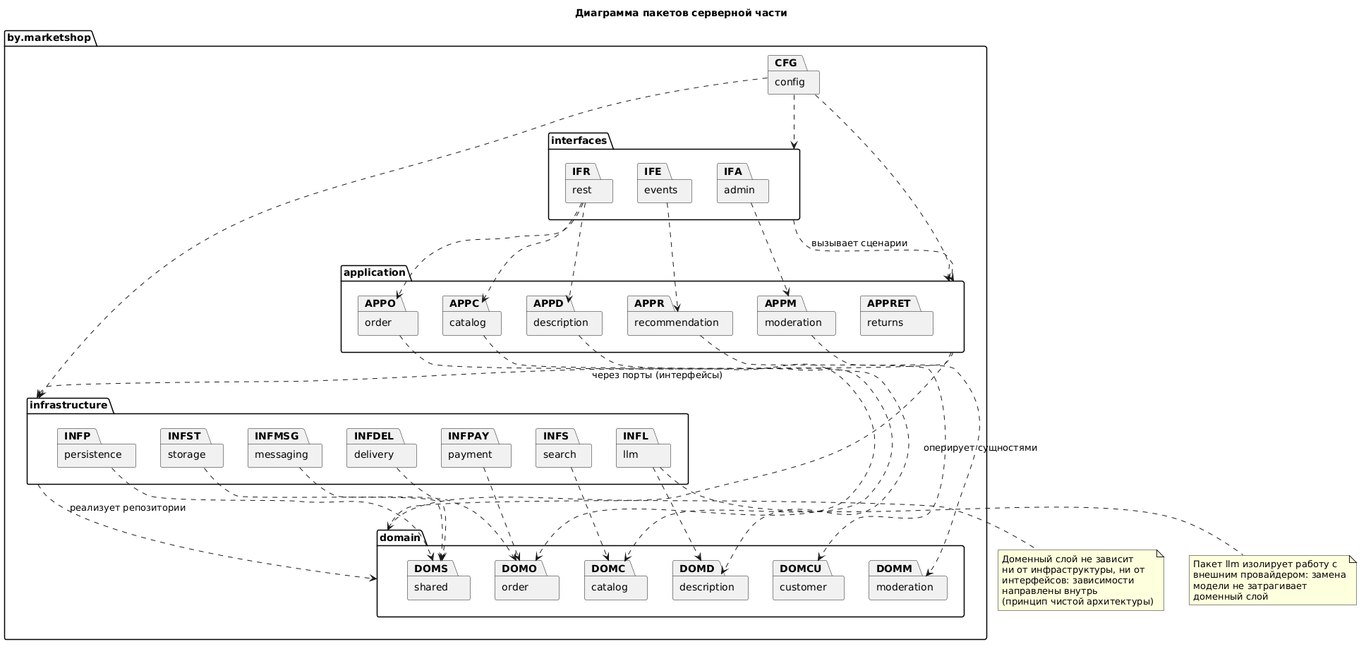
Earlier version of the PlantUML export docs/lab3/diagrams/img/04-package.png (fpmi-hci-2026/hci-10-project-group-1). Its diagram source:
```plantuml
@startuml
title Диаграмма пакетов серверной части
skinparam backgroundColor #FFFFFF
skinparam shadowing false
skinparam packageStyle folder

package "by.marketshop" {

  package "interfaces" as IF {
    package "rest" as IFR
    package "events" as IFE
    package "admin" as IFA
  }

  package "application" as APP {
    package "catalog" as APPC
    package "description" as APPD
    package "recommendation" as APPR
    package "order" as APPO
    package "moderation" as APPM
    package "returns" as APPRET
  }

  package "domain" as DOM {
    package "catalog" as DOMC
    package "description" as DOMD
    package "customer" as DOMCU
    package "order" as DOMO
    package "moderation" as DOMM
    package "shared" as DOMS
  }

  package "infrastructure" as INF {
    package "persistence" as INFP
    package "llm" as INFL
    package "payment" as INFPAY
    package "delivery" as INFDEL
    package "search" as INFS
    package "messaging" as INFMSG
    package "storage" as INFST
  }

  package "config" as CFG
}

IF ..> APP : вызывает сценарии
APP ..> DOM : оперирует сущностями
APP ..> INF : через порты (интерфейсы)
INF ..> DOM : реализует репозитории
CFG ..> IF
CFG ..> APP
CFG ..> INF

IFR ..> APPC
IFR ..> APPD
IFR ..> APPO
IFA ..> APPM
IFE ..> APPR

APPD ..> DOMD
APPC ..> DOMC
APPO ..> DOMO
APPM ..> DOMM
APPR ..> DOMCU

INFP ..> DOMS
INFL ..> DOMD
INFPAY ..> DOMO
INFDEL ..> DOMO
INFS ..> DOMC
INFMSG ..> DOMS
INFST ..> DOMS

note right of DOM
  Доменный слой не зависит
  ни от инфраструктуры, ни от
  интерфейсов: зависимости
  направлены внутрь
  (принцип чистой архитектуры)
end note

note bottom of INFL
  Пакет llm изолирует работу с
  внешним провайдером: замена
  модели не затрагивает
  доменный слой
end note
@enduml
```
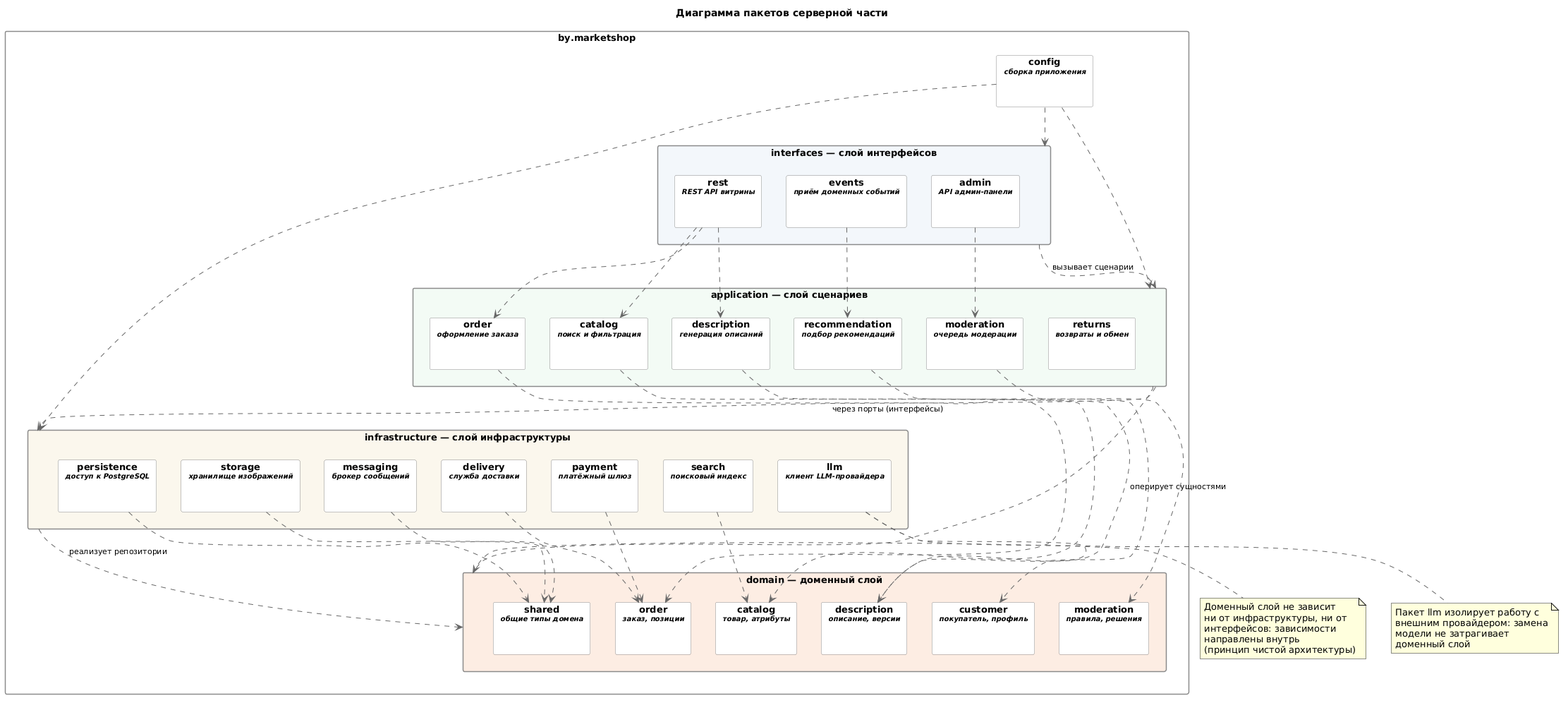
After the commit.

What changed in the source:
```diff
@@ -1,49 +1,58 @@
 @startuml
 title Диаграмма пакетов серверной части
+
 skinparam backgroundColor #FFFFFF
 skinparam shadowing false
-skinparam packageStyle folder
+skinparam packageStyle rectangle
+skinparam defaultFontName "PT Sans"
+skinparam package {
+  BackgroundColor #FFFFFF
+  BorderColor #8A8A8A
+  FontSize 13
+}
+skinparam ArrowColor #666666
+skinparam ArrowFontSize 11
 
-package "by.marketshop" {
+package "by.marketshop" as ROOT {
 
-  package "interfaces" as IF {
-    package "rest" as IFR
-    package "events" as IFE
-    package "admin" as IFA
+  package "interfaces — слой интерфейсов" as IF #F2F6FA {
+    package "rest\n<size:10><i>REST API витрины</i></size>" as IFR { }
+    package "events\n<size:10><i>приём доменных событий</i></size>" as IFE { }
+    package "admin\n<size:10><i>API админ-панели</i></size>" as IFA { }
   }
 
-  package "application" as APP {
-    package "catalog" as APPC
-    package "description" as APPD
-    package "recommendation" as APPR
-    package "order" as APPO
-    package "moderation" as APPM
-    package "returns" as APPRET
+  package "application — слой сценариев" as APP #F2FAF4 {
+    package "catalog\n<size:10><i>поиск и фильтрация</i></size>" as APPC { }
+    package "description\n<size:10><i>генерация описаний</i></size>" as APPD { }
+    package "recommendation\n<size:10><i>подбор рекомендаций</i></size>" as APPR { }
+    package "order\n<size:10><i>оформление заказа</i></size>" as APPO { }
+    package "moderation\n<size:10><i>очередь модерации</i></size>" as APPM { }
+    package "returns\n<size:10><i>возвраты и обмен</i></size>" as APPRET { }
   }
 
-  package "domain" as DOM {
-    package "catalog" as DOMC
-    package "description" as DOMD
-    package "customer" as DOMCU
-    package "order" as DOMO
-    package "moderation" as DOMM
-    package "shared" as DOMS
+  package "domain — доменный слой" as DOM #FDECE3 {
+    package "catalog\n<size:10><i>товар, атрибуты</i></size>" as DOMC { }
+    package "description\n<size:10><i>описание, версии</i></size>" as DOMD { }
+    package "customer\n<size:10><i>покупатель, профиль</i></size>" as DOMCU { }
+    package "order\n<size:10><i>заказ, позиции</i></size>" as DOMO { }
+    package "moderation\n<size:10><i>правила, решения</i></size>" as DOMM { }
+    package "shared\n<size:10><i>общие типы домена</i></size>" as DOMS { }
   }
 
-  package "infrastructure" as INF {
-    package "persistence" as INFP
-    package "llm" as INFL
-    package "payment" as INFPAY
-    package "delivery" as INFDEL
-    package "search" as INFS
-    package "messaging" as INFMSG
-    package "storage" as INFST
+  package "infrastructure — слой инфраструктуры" as INF #FAF6EC {
+    package "persistence\n<size:10><i>доступ к PostgreSQL</i></size>" as INFP { }
+    package "llm\n<size:10><i>клиент LLM-провайдера</i></size>" as INFL { }
+    package "payment\n<size:10><i>платёжный шлюз</i></size>" as INFPAY { }
+    package "delivery\n<size:10><i>служба доставки</i></size>" as INFDEL { }
+    package "search\n<size:10><i>поисковый индекс</i></size>" as INFS { }
+    package "messaging\n<size:10><i>брокер сообщений</i></size>" as INFMSG { }
+    package "storage\n<size:10><i>хранилище изображений</i></size>" as INFST { }
   }
 
-  package "config" as CFG
+  package "config\n<size:10><i>сборка приложения</i></size>" as CFG { }
 }
 
-IF ..> APP : вызывает сценарии
+IF  ..> APP : вызывает сценарии
 APP ..> DOM : оперирует сущностями
 APP ..> INF : через порты (интерфейсы)
 INF ..> DOM : реализует репозитории
```
